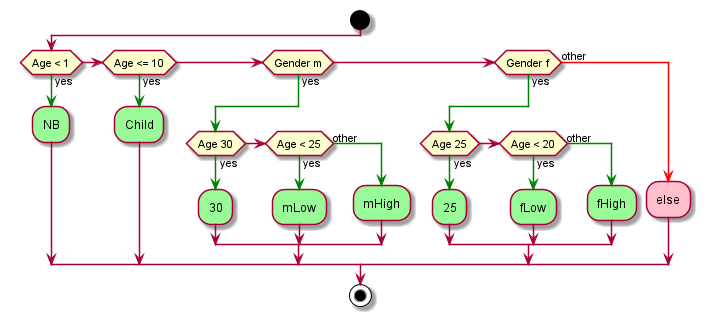
The PlantUML diagram StrIntegerDecisionStringOutputTable.png in GiovaniPM/DMNTests, before a commit. The source it was exported from:
```plantuml
@startuml
start
if (Age < 1) then (yes)
    -[#green]->
    #palegreen:NB;
elseif (Age <= 10) then (yes)
    -[#green]->
    #palegreen:Child;
elseif (Gender m) then (yes)
    -[#green]->
    if (Age 30) then (yes)
        -[#green]->
        #palegreen:30;
    elseif (Age < 25) then (yes)
        -[#green]->
        #palegreen:mLow;
    else (other)
        -[#green]->
        #palegreen:mHigh;
    endif
elseif (Gender f) then (yes)
    -[#green]->
    if (Age 25) then (yes)
        -[#green]->
        #palegreen:25;
    elseif (Age < 20) then (yes)
        -[#green]->
        #palegreen:fLow;
    else (other)
        -[#green]->
        #palegreen:fHigh;
    endif
else (other)
    -[#red]->
    #pink:else;
endif
stop
@enduml
```
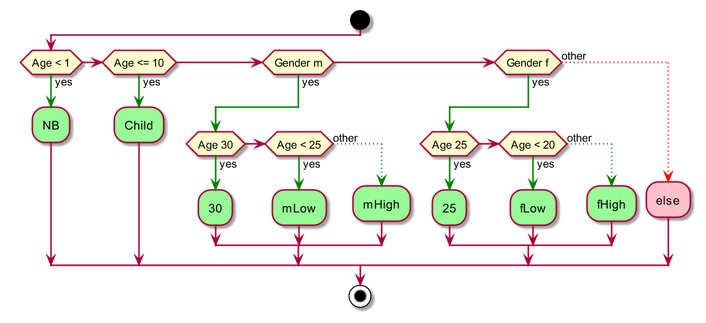
The same diagram one commit later.

Change to the diagram source:
```diff
@@ -1,4 +1,5 @@
 @startuml
+scale 1.5
 start
 if (Age < 1) then (yes)
     -[#green]->
@@ -15,7 +16,7 @@
         -[#green]->
         #palegreen:mLow;
     else (other)
-        -[#green]->
+        -[#green,dotted]->
         #palegreen:mHigh;
     endif
 elseif (Gender f) then (yes)
@@ -27,11 +28,11 @@
         -[#green]->
         #palegreen:fLow;
     else (other)
-        -[#green]->
+        -[#green,dotted]->
         #palegreen:fHigh;
     endif
 else (other)
-    -[#red]->
+    -[#red,dotted]->
     #pink:else;
 endif
 stop
```
